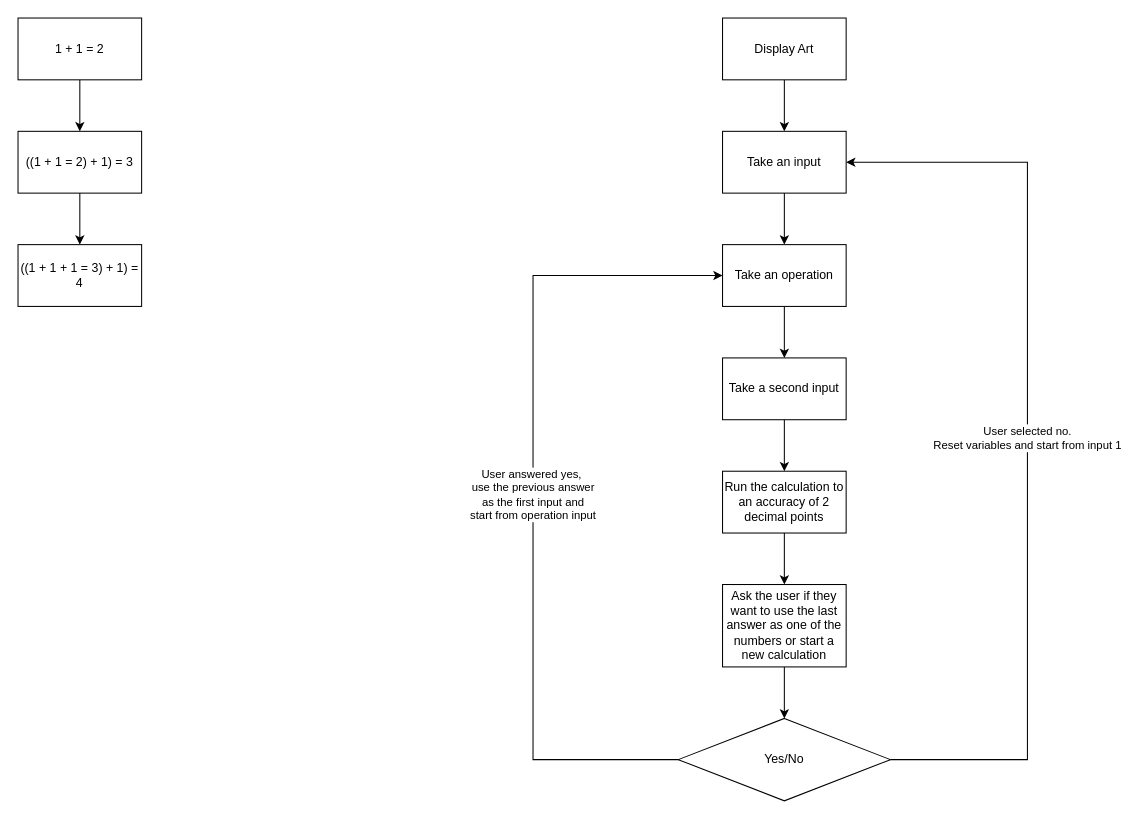
Before: Day 10/calculator_idea.drawio in GreyStinger/100_days_of_python, a draw.io diagram. Source tidied: cells renumbered, new cells numbered last; positions are measured from the earlier drawing's top-left corner, leaving out a move shared by most shapes. Both pictures are drawn from the tidied source at 103%, with x=0, y=0 at pixel (18, 18).
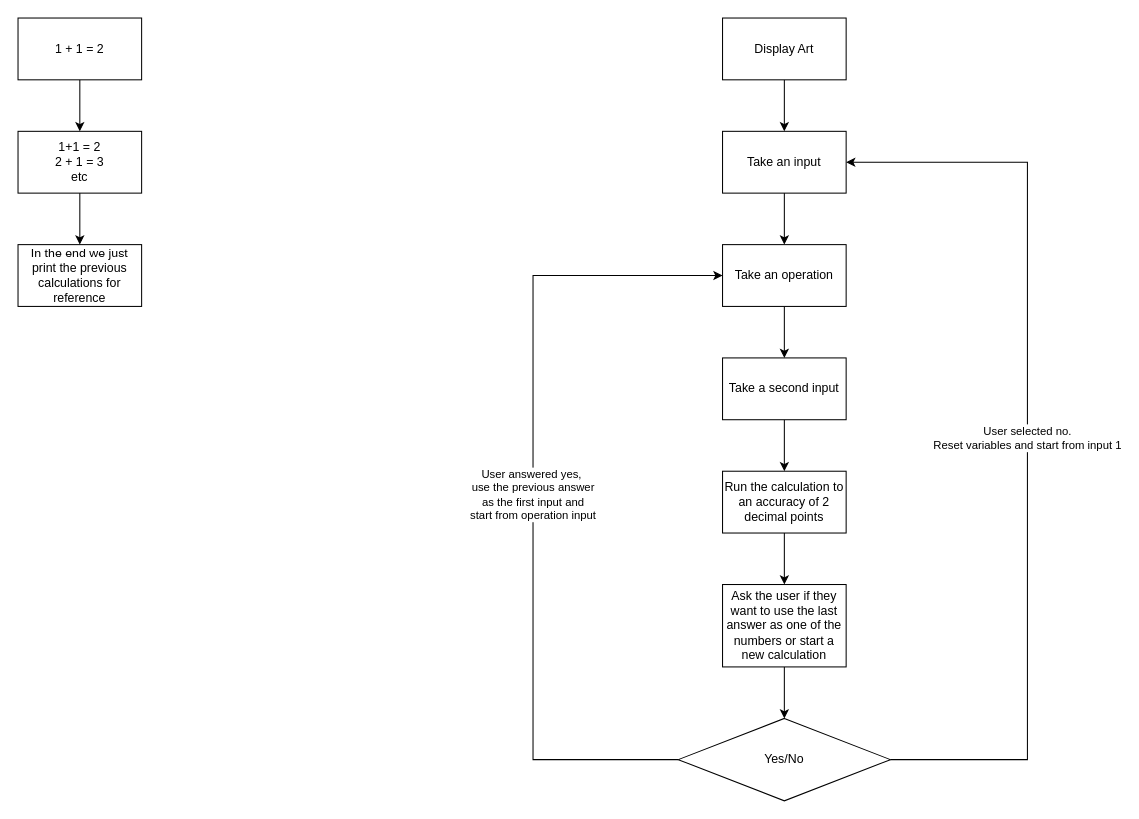
The same diagram, later.

What changed in the source:
```diff
@@
-    <mxCell id="20" value="((1 + 1 = 2) + 1) = 3" style="rounded=0;whiteSpace=wrap;html=1;" parent="1" vertex="1">
+    <mxCell id="20" value="1+1 = 2&lt;br&gt;2 + 1 = 3&lt;br&gt;etc" style="rounded=0;whiteSpace=wrap;html=1;" parent="1" vertex="1">
       <mxGeometry y="110" width="120" height="60" as="geometry" />
     </mxCell>
-    <mxCell id="21" value="((1 + 1 + 1 = 3) + 1) = 4" style="rounded=0;whiteSpace=wrap;html=1;" parent="1" vertex="1">
+    <mxCell id="21" value="In the end we just print the previous calculations for reference" style="rounded=0;whiteSpace=wrap;html=1;" parent="1" vertex="1">
       <mxGeometry y="220" width="120" height="60" as="geometry" />
     </mxCell>
```
